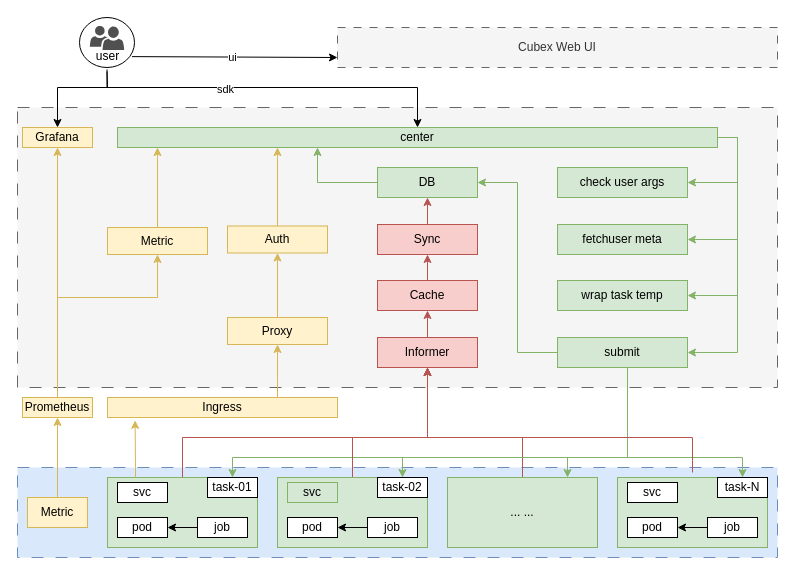
Above: zs/group.drawio in arlottang/tdh_bit (draw.io), before the change. Source tidied: cells renumbered, new cells numbered last; positions are measured from the earlier drawing's top-left corner, leaving out a move shared by most shapes. Both pictures are drawn from the tidied source at 100%, with x=0, y=0 at pixel (17, 17).
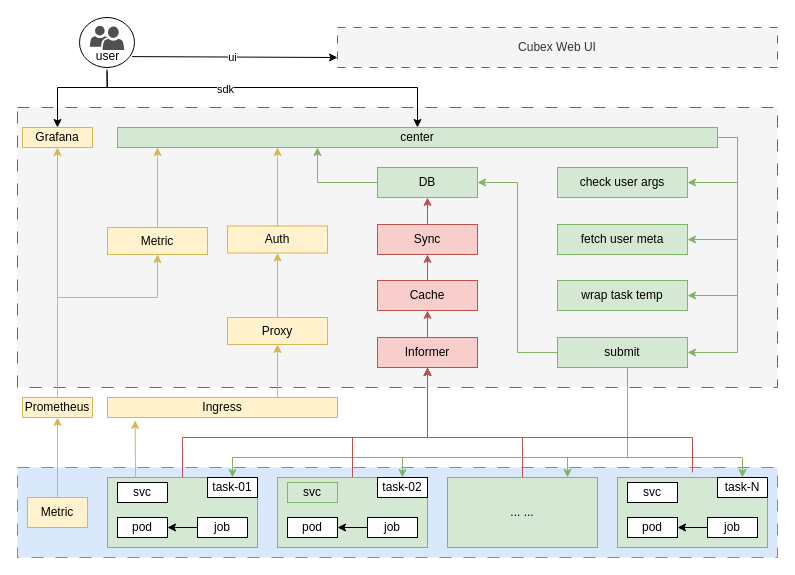
The same page after the edit.

What changed in the source:
```diff
@@
-    <mxCell id="21" value="fetchuser meta" style="whiteSpace=wrap;html=1;rounded=0;fillColor=#d5e8d4;strokeColor=#82b366;" parent="1" vertex="1">
+    <mxCell id="21" value="fetch user meta" style="whiteSpace=wrap;html=1;rounded=0;fillColor=#d5e8d4;strokeColor=#82b366;" parent="1" vertex="1">
       <mxGeometry x="540" y="207" width="130" height="30" as="geometry" />
     </mxCell>
```
